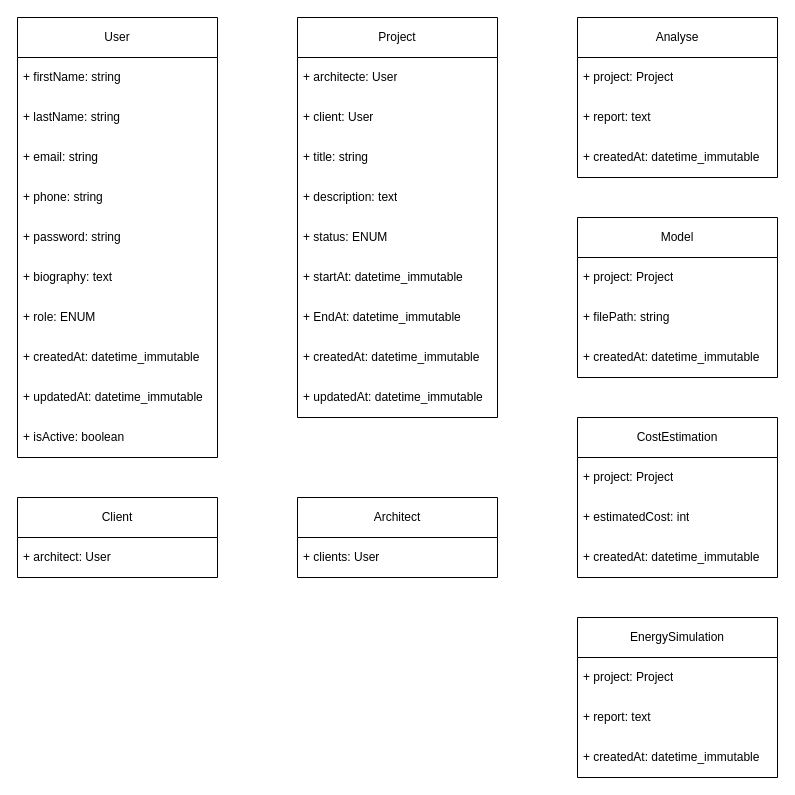
Earlier version of the draw.io diagram BDD.drawio (Goldenback/innovarch). Source tidied: cells renumbered, new cells numbered last; positions are measured from the earlier drawing's top-left corner, leaving out a move shared by most shapes. Both pictures are drawn from the tidied source at 100%, with x=0, y=0 at pixel (17, 17).
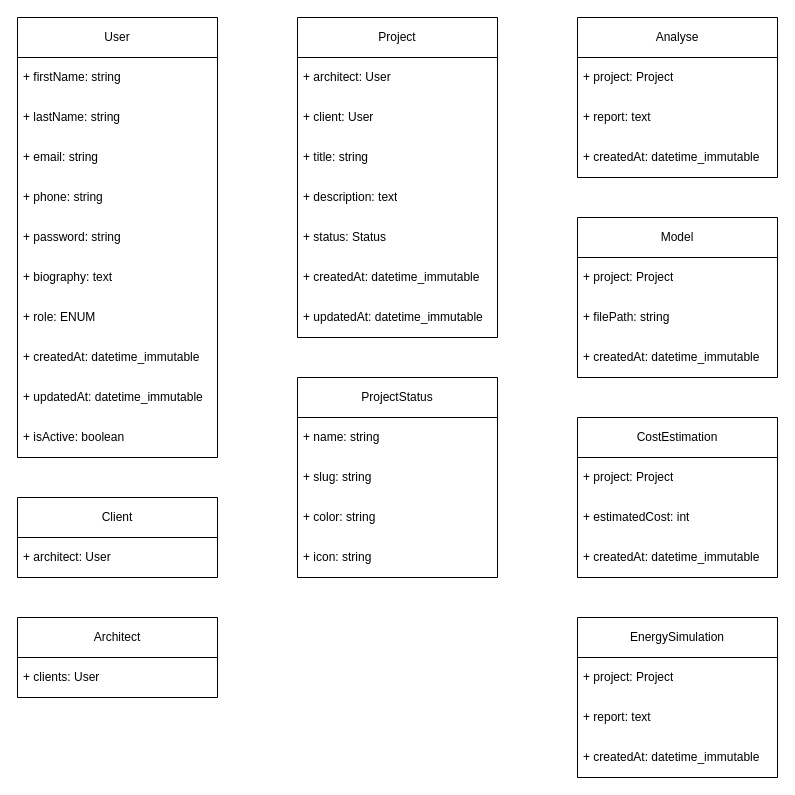
After the change.

The edit, as a diff of the source:
```diff
@@
     <mxCell id="13" value="Project" style="swimlane;fontStyle=0;horizontal=1;startSize=40;fillColor=none;whiteSpace=wrap;html=1;" parent="1" vertex="1">
-      <mxGeometry x="280" width="200" height="400" as="geometry" />
+      <mxGeometry x="280" width="200" height="320" as="geometry" />
     </mxCell>
-    <mxCell id="14" value="+ architecte: User" style="text;strokeColor=none;fillColor=none;align=left;verticalAlign=middle;spacingLeft=4;spacingRight=4;overflow=hidden;whiteSpace=wrap;html=1;" parent="13" vertex="1">
+    <mxCell id="14" value="+ architect: User" style="text;strokeColor=none;fillColor=none;align=left;verticalAlign=middle;spacingLeft=4;spacingRight=4;overflow=hidden;whiteSpace=wrap;html=1;" parent="13" vertex="1">
       <mxGeometry y="40" width="200" height="40" as="geometry" />
     </mxCell>
@@
-    <mxCell id="18" value="+ status: ENUM" style="text;strokeColor=none;fillColor=none;align=left;verticalAlign=middle;spacingLeft=4;spacingRight=4;overflow=hidden;whiteSpace=wrap;html=1;" parent="13" vertex="1">
+    <mxCell id="18" value="+ status: Status" style="text;strokeColor=none;fillColor=none;align=left;verticalAlign=middle;spacingLeft=4;spacingRight=4;overflow=hidden;whiteSpace=wrap;html=1;" parent="13" vertex="1">
       <mxGeometry y="200" width="200" height="40" as="geometry" />
     </mxCell>
-    <mxCell id="19" value="+ startAt: datetime_immutable" style="text;strokeColor=none;fillColor=none;align=left;verticalAlign=middle;spacingLeft=4;spacingRight=4;overflow=hidden;whiteSpace=wrap;html=1;" parent="13" vertex="1">
-      <mxGeometry y="240" width="200" height="40" as="geometry" />
-    </mxCell>
-    <mxCell id="20" value="+ EndAt: datetime_immutable" style="text;strokeColor=none;fillColor=none;align=left;verticalAlign=middle;spacingLeft=4;spacingRight=4;overflow=hidden;whiteSpace=wrap;html=1;" parent="13" vertex="1">
-      <mxGeometry y="280" width="200" height="40" as="geometry" />
-    </mxCell>
     <mxCell id="21" value="+ createdAt: datetime_immutable" style="text;strokeColor=none;fillColor=none;align=left;verticalAlign=middle;spacingLeft=4;spacingRight=4;overflow=hidden;whiteSpace=wrap;html=1;" parent="13" vertex="1">
-      <mxGeometry y="320" width="200" height="40" as="geometry" />
+      <mxGeometry y="240" width="200" height="40" as="geometry" />
     </mxCell>
     <mxCell id="22" value="+ updatedAt: datetime_immutable" style="text;strokeColor=none;fillColor=none;align=left;verticalAlign=middle;spacingLeft=4;spacingRight=4;overflow=hidden;whiteSpace=wrap;html=1;" parent="13" vertex="1">
-      <mxGeometry y="360" width="200" height="40" as="geometry" />
+      <mxGeometry y="280" width="200" height="40" as="geometry" />
     </mxCell>
@@
     <mxCell id="41" value="Architect" style="swimlane;fontStyle=0;horizontal=1;startSize=40;fillColor=none;whiteSpace=wrap;html=1;" parent="1" vertex="1">
-      <mxGeometry x="280" y="480" width="200" height="80" as="geometry" />
+      <mxGeometry y="600" width="200" height="80" as="geometry" />
     </mxCell>
@@
+    <mxCell id="43" value="ProjectStatus" style="swimlane;fontStyle=0;horizontal=1;startSize=40;fillColor=none;whiteSpace=wrap;html=1;" parent="1" vertex="1">
+      <mxGeometry x="280" y="360" width="200" height="200" as="geometry" />
+    </mxCell>
+    <mxCell id="44" value="+ name: string" style="text;strokeColor=none;fillColor=none;align=left;verticalAlign=middle;spacingLeft=4;spacingRight=4;overflow=hidden;whiteSpace=wrap;html=1;" parent="43" vertex="1">
+      <mxGeometry y="40" width="200" height="40" as="geometry" />
+    </mxCell>
+    <mxCell id="45" value="+ slug: string" style="text;strokeColor=none;fillColor=none;align=left;verticalAlign=middle;spacingLeft=4;spacingRight=4;overflow=hidden;whiteSpace=wrap;html=1;" parent="43" vertex="1">
+      <mxGeometry y="80" width="200" height="40" as="geometry" />
+    </mxCell>
+    <mxCell id="46" value="+ color: string" style="text;strokeColor=none;fillColor=none;align=left;verticalAlign=middle;spacingLeft=4;spacingRight=4;overflow=hidden;whiteSpace=wrap;html=1;" parent="43" vertex="1">
+      <mxGeometry y="120" width="200" height="40" as="geometry" />
+    </mxCell>
+    <mxCell id="47" value="+ icon: string" style="text;strokeColor=none;fillColor=none;align=left;verticalAlign=middle;spacingLeft=4;spacingRight=4;overflow=hidden;whiteSpace=wrap;html=1;" parent="43" vertex="1">
+      <mxGeometry y="160" width="200" height="40" as="geometry" />
+    </mxCell>
```
